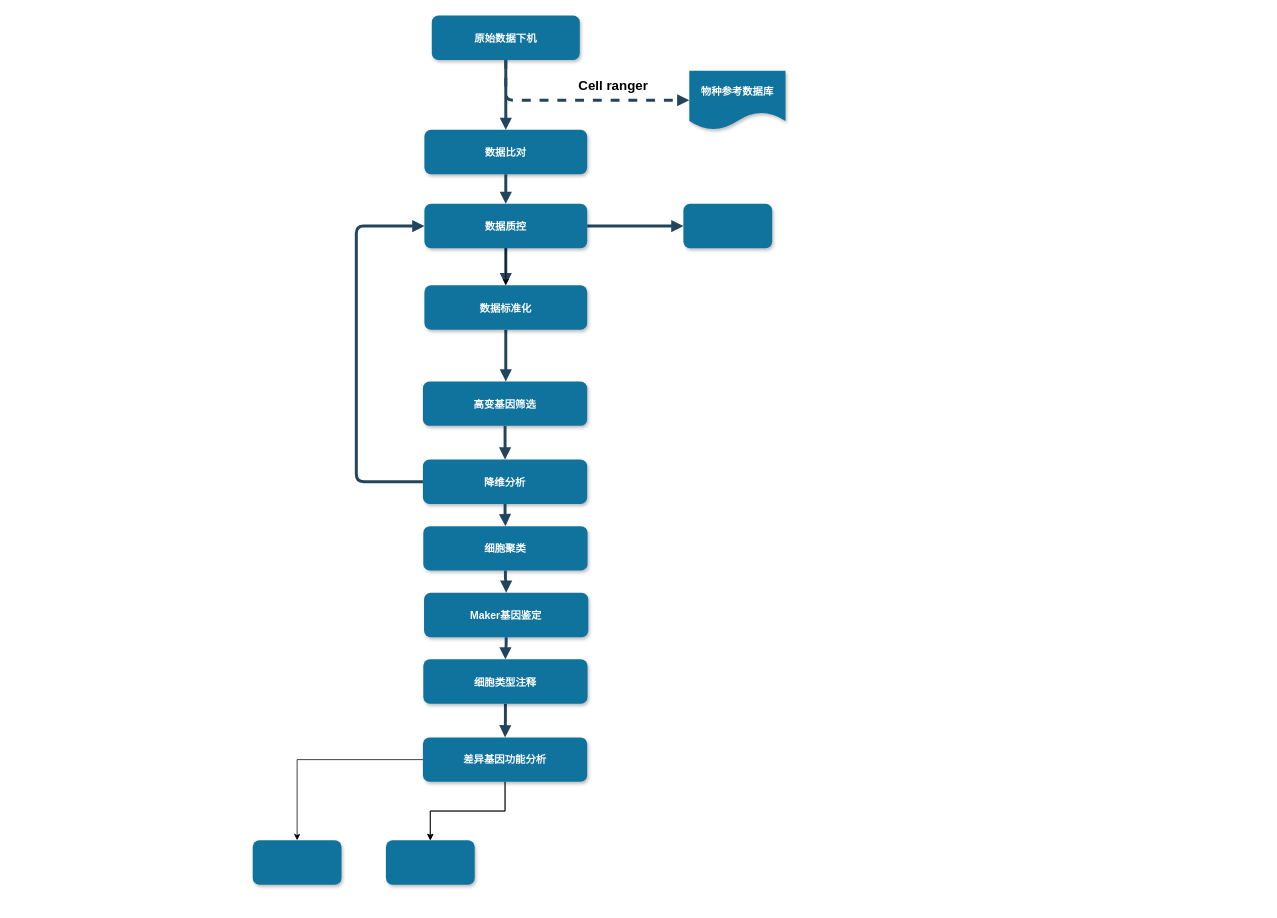
Before: 流程图1.drawio in myshu2017-03-14/test-myshu-2018-1-13, a draw.io diagram. Source tidied: cells renumbered, new cells numbered last; positions are measured from the earlier drawing's top-left corner, leaving out a move shared by most shapes. Both pictures are drawn from the tidied source at 74%, with x=0, y=0 at pixel (252, 16).
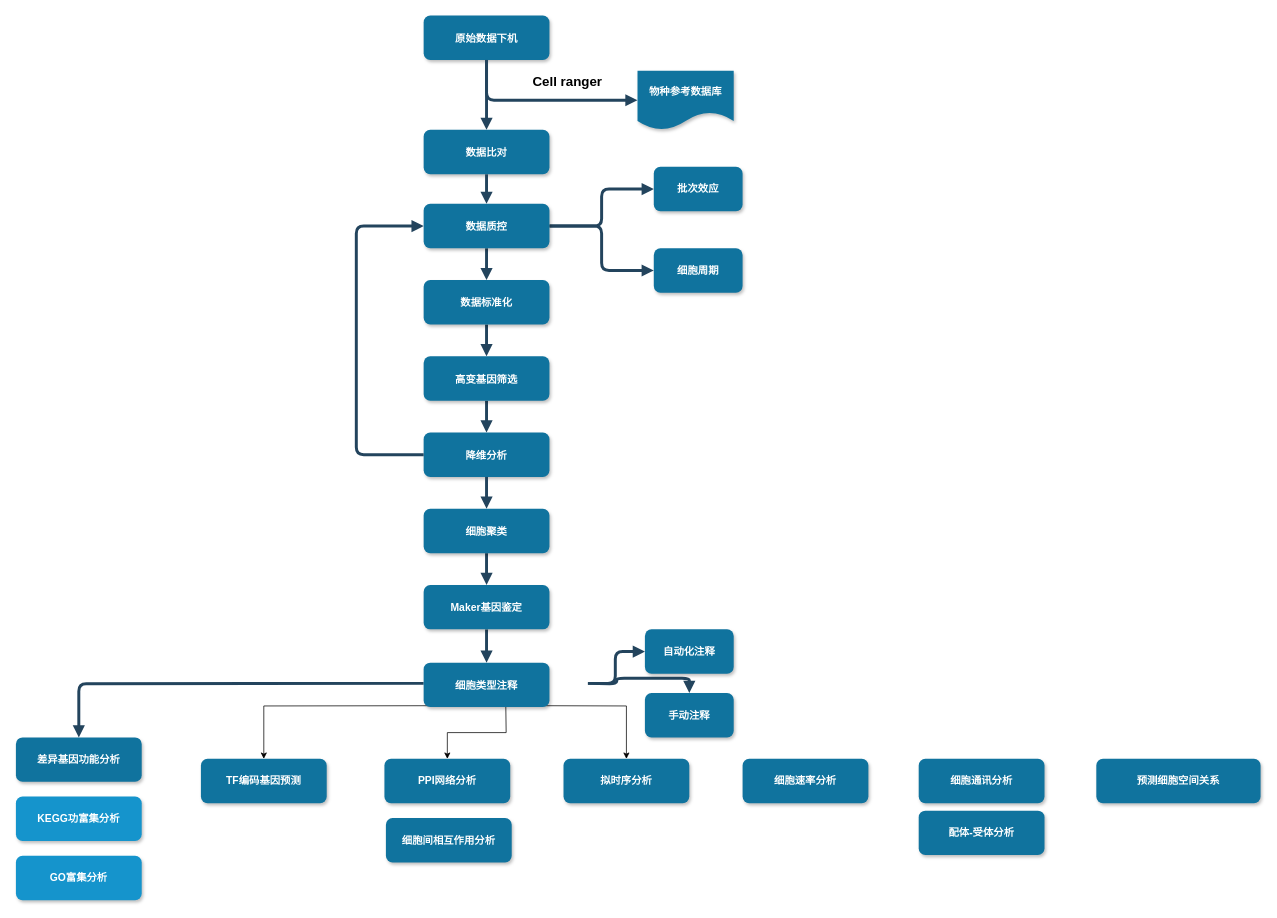
After the change.

Commit message:
更新流程图1.drawio

What changed in the source:
```diff
@@
+    <mxCell id="12" style="edgeStyle=orthogonalEdgeStyle;rounded=1;jettySize=auto;html=1;entryX=0;entryY=0.5;entryDx=0;entryDy=0;fontSize=11;exitX=0.5;exitY=1;exitDx=0;exitDy=0;fontStyle=1;strokeColor=#23445D;strokeWidth=4;endFill=1;endArrow=block;" parent="1" edge="1" source="2" target="19">
+      <mxGeometry relative="1" as="geometry" />
+    </mxCell>
     <mxCell id="2" value="原始数据下机" style="rounded=1;fillColor=#10739E;strokeColor=none;shadow=1;gradientColor=none;fontStyle=1;fontColor=#FFFFFF;fontSize=14;" parent="1" vertex="1">
-      <mxGeometry x="242" y="-0.5" width="200" height="60" as="geometry" />
+      <mxGeometry x="231" y="-0.5" width="170" height="60" as="geometry" />
     </mxCell>
     <mxCell id="3" value="数据比对" style="rounded=1;fillColor=#10739E;strokeColor=none;shadow=1;gradientColor=none;fontStyle=1;fontColor=#FFFFFF;fontSize=14;verticalAlign=middle;" parent="1" vertex="1">
-      <mxGeometry x="232" y="154" width="220" height="60" as="geometry" />
+      <mxGeometry x="231" y="154" width="170" height="60" as="geometry" />
     </mxCell>
-    <mxCell id="4" value="高变基因筛选" style="rounded=1;fillColor=#10739E;strokeColor=none;shadow=1;gradientColor=none;fontStyle=1;fontColor=#FFFFFF;fontSize=14;" parent="1" vertex="1">
-      <mxGeometry x="230" y="494" width="222" height="60" as="geometry" />
-    </mxCell>
     <mxCell id="5" value="降维分析" style="rounded=1;fillColor=#10739E;strokeColor=none;shadow=1;gradientColor=none;fontStyle=1;fontColor=#FFFFFF;fontSize=14;" parent="1" vertex="1">
-      <mxGeometry x="230" y="599.5" width="222" height="60" as="geometry" />
+      <mxGeometry x="231" y="563" width="170" height="60" as="geometry" />
     </mxCell>
-    <mxCell id="6" value="细胞聚类" style="rounded=1;fillColor=#10739E;strokeColor=none;shadow=1;gradientColor=none;fontStyle=1;fontColor=#FFFFFF;fontSize=14;" parent="1" vertex="1">
-      <mxGeometry x="230.5" y="689.5" width="222" height="60" as="geometry" />
-    </mxCell>
-    <mxCell id="7" value="Maker基因鉴定" style="rounded=1;fillColor=#10739E;strokeColor=none;shadow=1;gradientColor=none;fontStyle=1;fontColor=#FFFFFF;fontSize=14;" parent="1" vertex="1">
-      <mxGeometry x="231.5" y="779.5" width="222" height="60" as="geometry" />
-    </mxCell>
-    <mxCell id="8" style="edgeStyle=orthogonalEdgeStyle;rounded=1;jettySize=auto;html=1;fontSize=11;fontColor=#000000;fontStyle=1;strokeColor=#23445D;strokeWidth=4;endFill=1;endArrow=block;" parent="1" edge="1" source="9" target="31">
-      <mxGeometry relative="1" as="geometry" />
+    <mxCell id="8" style="edgeStyle=orthogonalEdgeStyle;rounded=1;jettySize=auto;html=1;fontSize=11;fontColor=#000000;fontStyle=1;strokeColor=#23445D;strokeWidth=4;endFill=1;endArrow=block;entryX=0.5;entryY=0;entryDx=0;entryDy=0;" parent="1" edge="1" target="31">
+      <mxGeometry relative="1" as="geometry">
+        <mxPoint x="231" y="902" as="sourcePoint" />
+      </mxGeometry>
     </mxCell>
-    <mxCell id="9" value="细胞类型注释" style="rounded=1;fillColor=#10739E;strokeColor=none;shadow=1;gradientColor=none;fontStyle=1;fontColor=#FFFFFF;fontSize=14;" parent="1" vertex="1">
-      <mxGeometry x="230.5" y="869.5" width="222" height="60" as="geometry" />
-    </mxCell>
+    <mxCell id="34" style="edgeStyle=orthogonalEdgeStyle;rounded=1;jettySize=auto;html=1;exitX=1;exitY=0.5;exitDx=0;exitDy=0;elbow=vertical;fontStyle=1;strokeColor=#23445D;strokeWidth=4;endFill=1;endArrow=block;" parent="1" edge="1" target="43">
+      <mxGeometry relative="1" as="geometry">
+        <mxPoint x="453" y="902" as="sourcePoint" />
+        <Array as="points">
+          <mxPoint x="490" y="902" />
+          <mxPoint x="490" y="859" />
+        </Array>
+      </mxGeometry>
+    </mxCell>
+    <mxCell id="35" style="edgeStyle=orthogonalEdgeStyle;rounded=1;jettySize=auto;html=1;fontStyle=1;strokeColor=#23445D;strokeWidth=4;endFill=1;endArrow=block;" parent="1" edge="1" target="44">
+      <mxGeometry relative="1" as="geometry">
+        <mxPoint x="453" y="902" as="sourcePoint" />
+      </mxGeometry>
+    </mxCell>
+    <mxCell id="36" style="edgeStyle=orthogonalEdgeStyle;rounded=0;jettySize=auto;html=1;" parent="1" edge="1" target="45">
+      <mxGeometry relative="1" as="geometry">
+        <mxPoint x="342" y="932" as="sourcePoint" />
+      </mxGeometry>
+    </mxCell>
-    <mxCell id="10" style="edgeStyle=elbowEdgeStyle;elbow=vertical;strokeWidth=4;endArrow=block;endFill=1;fontStyle=1;strokeColor=#23445D;" parent="1" edge="1" source="2" target="3">
+    <mxCell id="10" style="elbow=vertical;strokeWidth=4;endArrow=block;endFill=1;fontStyle=1;strokeColor=#23445D;" parent="1" edge="1" source="2" target="3">
       <mxGeometry x="22" y="165.5" as="geometry" />
     </mxCell>
     <mxCell id="11" style="edgeStyle=elbowEdgeStyle;elbow=vertical;strokeWidth=4;endArrow=block;endFill=1;fontStyle=1;strokeColor=#23445D;entryX=0.5;entryY=0;entryDx=0;entryDy=0;exitX=0.5;exitY=1;exitDx=0;exitDy=0;" parent="1" edge="1" source="25" target="22">
-      <mxGeometry x="22" y="165.5" as="geometry">
-        <Array as="points">
-          <mxPoint x="337" y="289" />
-        </Array>
-      </mxGeometry>
+      <mxGeometry x="22" y="165.5" as="geometry" />
     </mxCell>
-    <mxCell id="12" style="edgeStyle=elbowEdgeStyle;elbow=vertical;strokeWidth=4;endArrow=block;endFill=1;fontStyle=1;dashed=1;strokeColor=#23445D;entryX=0;entryY=0.5;entryDx=0;entryDy=0;" parent="1" edge="1" source="2" target="19">
-      <mxGeometry x="22" y="165.5" as="geometry">
-        <Array as="points">
-          <mxPoint x="450" y="114" />
-        </Array>
-      </mxGeometry>
-    </mxCell>
@@
-    <mxCell id="14" style="edgeStyle=elbowEdgeStyle;elbow=vertical;strokeWidth=4;endArrow=block;endFill=1;fontStyle=1;strokeColor=#23445D;" parent="1" edge="1" source="4" target="5">
+    <mxCell id="14" style="elbow=vertical;strokeWidth=4;endArrow=block;endFill=1;fontStyle=1;strokeColor=#23445D;exitX=0.5;exitY=1;exitDx=0;exitDy=0;entryX=0.5;entryY=0;entryDx=0;entryDy=0;" parent="1" edge="1" source="4" target="5">
       <mxGeometry x="57" y="265.5" as="geometry" />
     </mxCell>
-    <mxCell id="15" style="edgeStyle=elbowEdgeStyle;elbow=vertical;strokeWidth=4;endArrow=block;endFill=1;fontStyle=1;strokeColor=#23445D;" parent="1" edge="1" source="5" target="6">
+    <mxCell id="15" style="elbow=vertical;strokeWidth=4;endArrow=block;endFill=1;fontStyle=1;strokeColor=#23445D;entryX=0.5;entryY=0;entryDx=0;entryDy=0;exitX=0.5;exitY=1;exitDx=0;exitDy=0;" parent="1" edge="1" source="5" target="6">
       <mxGeometry x="-88" y="275.5" as="geometry" />
     </mxCell>
-    <mxCell id="16" style="edgeStyle=elbowEdgeStyle;elbow=vertical;strokeWidth=4;endArrow=block;endFill=1;fontStyle=1;strokeColor=#23445D;" parent="1" edge="1" source="6" target="7">
+    <mxCell id="16" style="elbow=vertical;strokeWidth=4;endArrow=block;endFill=1;fontStyle=1;strokeColor=#23445D;exitX=0.5;exitY=1;exitDx=0;exitDy=0;entryX=0.5;entryY=0;entryDx=0;entryDy=0;" parent="1" edge="1" source="6" target="7">
       <mxGeometry x="-88" y="285.5" as="geometry" />
     </mxCell>
-    <mxCell id="17" style="edgeStyle=elbowEdgeStyle;elbow=vertical;strokeWidth=4;endArrow=block;endFill=1;fontStyle=1;strokeColor=#23445D;" parent="1" edge="1" source="7" target="9">
+    <mxCell id="17" style="elbow=vertical;strokeWidth=4;endArrow=block;endFill=1;fontStyle=1;strokeColor=#23445D;exitX=0.5;exitY=1;exitDx=0;exitDy=0;entryX=0.5;entryY=0;entryDx=0;entryDy=0;" parent="1" edge="1" source="7" target="9">
       <mxGeometry x="-88" y="295.5" as="geometry" />
     </mxCell>
-    <mxCell id="18" style="edgeStyle=elbowEdgeStyle;elbow=vertical;strokeWidth=4;endArrow=block;endFill=1;fontStyle=1;strokeColor=#23445D;exitX=0.5;exitY=1;exitDx=0;exitDy=0;" parent="1" edge="1" source="22" target="4">
-      <mxGeometry x="7" y="265.5" as="geometry">
-        <Array as="points">
-          <mxPoint x="355" y="540" />
-          <mxPoint x="497" y="449.5" />
-        </Array>
-      </mxGeometry>
+    <mxCell id="18" style="elbow=vertical;strokeWidth=4;endArrow=block;endFill=1;fontStyle=1;strokeColor=#23445D;entryX=0.5;entryY=0;entryDx=0;entryDy=0;exitX=0.5;exitY=1;exitDx=0;exitDy=0;" parent="1" edge="1" source="22" target="4">
+      <mxGeometry x="7" y="265.5" as="geometry" />
     </mxCell>
     <mxCell id="19" value="物种参考数据库" style="shape=document;boundedLbl=1;fillColor=#10739E;fontSize=14;fontColor=#FFFFFF;shadow=1;sketch=0;strokeColor=none;fontStyle=1;" parent="1" vertex="1">
-      <mxGeometry x="590" y="74" width="130" height="80" as="geometry" />
+      <mxGeometry x="520" y="74" width="130" height="80" as="geometry" />
     </mxCell>
@@
     <mxCell id="21" value="&lt;b style=&quot;font-size: 18px&quot;&gt;&lt;font color=&quot;#000000&quot; style=&quot;font-size: 18px&quot;&gt;Cell ranger&lt;/font&gt;&lt;/b&gt;" style="text;html=1;align=center;verticalAlign=middle;fillColor=none;strokeColor=none;rounded=0;shadow=1;sketch=0;fontSize=18;fontColor=#FFFFFF;" parent="1" vertex="1">
-      <mxGeometry x="432" y="79" width="110" height="30" as="geometry" />
+      <mxGeometry x="370" y="74" width="110" height="30" as="geometry" />
     </mxCell>
-    <mxCell id="22" value="数据标准化" style="rounded=1;fillColor=#10739E;strokeColor=none;shadow=1;gradientColor=none;fontStyle=1;fontColor=#FFFFFF;fontSize=14;verticalAlign=middle;" parent="1" vertex="1">
-      <mxGeometry x="232" y="364" width="220" height="60" as="geometry" />
-    </mxCell>
-    <mxCell id="23" style="edgeStyle=orthogonalEdgeStyle;rounded=0;jettySize=auto;html=1;fontSize=18;fontColor=#FFFFFF;" parent="1" edge="1" source="25" target="22">
-      <mxGeometry relative="1" as="geometry" />
-    </mxCell>
@@
+    <mxCell id="37" style="edgeStyle=orthogonalEdgeStyle;rounded=1;jettySize=auto;html=1;fontStyle=1;strokeColor=#23445D;strokeWidth=4;endFill=1;endArrow=block;" parent="1" edge="1" source="25" target="42">
+      <mxGeometry relative="1" as="geometry" />
+    </mxCell>
     <mxCell id="25" value="数据质控" style="rounded=1;fillColor=#10739E;strokeColor=none;shadow=1;gradientColor=none;fontStyle=1;fontColor=#FFFFFF;fontSize=14;verticalAlign=middle;" parent="1" vertex="1">
-      <mxGeometry x="232" y="254" width="220" height="60" as="geometry" />
+      <mxGeometry x="231" y="254" width="170" height="60" as="geometry" />
     </mxCell>
@@
-    <mxCell id="27" style="shape=process;whiteSpace=wrap;html=1;backgroundOutline=1;rounded=1;shadow=1;fontSize=14;fontColor=#FFFFFF;fontStyle=1;strokeColor=none;fillColor=#10739E;" parent="1" vertex="1">
-      <mxGeometry x="582" y="254" width="120" height="60" as="geometry" />
+    <mxCell id="27" value="批次效应" style="shape=process;whiteSpace=wrap;html=1;backgroundOutline=1;rounded=1;shadow=1;fontSize=14;fontColor=#FFFFFF;fontStyle=1;strokeColor=none;fillColor=#10739E;" parent="1" vertex="1">
+      <mxGeometry x="542" y="204" width="120" height="60" as="geometry" />
     </mxCell>
-    <mxCell id="28" style="edgeStyle=orthogonalEdgeStyle;rounded=0;jettySize=auto;html=1;fontSize=18;fontColor=#FFFFFF;" parent="1" edge="1" source="31" target="32">
-      <mxGeometry relative="1" as="geometry" />
-    </mxCell>
-    <mxCell id="29" style="edgeStyle=orthogonalEdgeStyle;rounded=0;jettySize=auto;html=1;fontSize=18;fontColor=#FFFFFF;" parent="1" edge="1" source="31" target="33">
-      <mxGeometry relative="1" as="geometry" />
-    </mxCell>
-    <mxCell id="30" style="edgeStyle=orthogonalEdgeStyle;rounded=0;jettySize=auto;html=1;fontSize=18;fontColor=#FFFFFF;" parent="1" edge="1" source="31" target="33">
-      <mxGeometry relative="1" as="geometry" />
-    </mxCell>
+    <mxCell id="38" style="edgeStyle=orthogonalEdgeStyle;rounded=0;jettySize=auto;html=1;exitX=0.5;exitY=1;exitDx=0;exitDy=0;" parent="1" edge="1" target="40">
+      <mxGeometry relative="1" as="geometry">
+        <mxPoint x="342" y="932" as="sourcePoint" />
+      </mxGeometry>
+    </mxCell>
+    <mxCell id="39" style="edgeStyle=orthogonalEdgeStyle;rounded=0;jettySize=auto;html=1;exitX=0.5;exitY=1;exitDx=0;exitDy=0;" parent="1" edge="1" target="41">
+      <mxGeometry relative="1" as="geometry">
+        <mxPoint x="342" y="932" as="sourcePoint" />
+      </mxGeometry>
+    </mxCell>
     <mxCell id="31" value="差异基因功能分析" style="shape=process;whiteSpace=wrap;html=1;backgroundOutline=1;rounded=1;shadow=1;fontSize=14;fontColor=#FFFFFF;fontStyle=1;strokeColor=none;fillColor=#10739E;" parent="1" vertex="1">
-      <mxGeometry x="230" y="975" width="222" height="60" as="geometry" />
+      <mxGeometry x="-320" y="975" width="170" height="60" as="geometry" />
     </mxCell>
-    <mxCell id="32" style="shape=process;whiteSpace=wrap;html=1;backgroundOutline=1;rounded=1;shadow=1;fontSize=14;fontColor=#FFFFFF;fontStyle=1;strokeColor=none;fillColor=#10739E;" parent="1" vertex="1">
-      <mxGeometry y="1114" width="120" height="60" as="geometry" />
+    <mxCell id="32" value="GO富集分析" style="shape=process;whiteSpace=wrap;html=1;backgroundOutline=1;rounded=1;shadow=1;fontSize=14;fontColor=#FFFFFF;fontStyle=1;strokeColor=none;direction=west;fillColor=#1594CC;" parent="1" vertex="1">
+      <mxGeometry x="-320" y="1135" width="170" height="60" as="geometry" />
     </mxCell>
-    <mxCell id="33" style="shape=process;whiteSpace=wrap;html=1;backgroundOutline=1;rounded=1;shadow=1;fontSize=14;fontColor=#FFFFFF;fontStyle=1;strokeColor=none;fillColor=#10739E;" parent="1" vertex="1">
-      <mxGeometry x="180" y="1114" width="120" height="60" as="geometry" />
+    <mxCell id="33" value="KEGG功富集分析" style="shape=process;html=1;backgroundOutline=1;rounded=1;shadow=1;fontSize=14;fontColor=#FFFFFF;fontStyle=1;strokeColor=none;direction=west;labelPosition=center;verticalLabelPosition=middle;align=center;verticalAlign=middle;flipH=0;whiteSpace=wrap;horizontal=1;flipV=0;fillColor=#1594CC;" parent="1" vertex="1">
+      <mxGeometry x="-320" y="1055" width="170" height="60" as="geometry" />
     </mxCell>
+    <mxCell id="40" value="TF编码基因预测" style="shape=process;whiteSpace=wrap;html=1;backgroundOutline=1;rounded=1;shadow=1;fontSize=14;fontColor=#FFFFFF;fontStyle=1;strokeColor=none;fillColor=#10739E;" parent="1" vertex="1">
+      <mxGeometry x="-70" y="1004" width="170" height="60" as="geometry" />
+    </mxCell>
+    <mxCell id="41" value="PPI网络分析" style="shape=process;whiteSpace=wrap;html=1;backgroundOutline=1;rounded=1;shadow=1;fontSize=14;fontColor=#FFFFFF;fontStyle=1;strokeColor=none;fillColor=#10739E;" parent="1" vertex="1">
+      <mxGeometry x="178" y="1004" width="170" height="60" as="geometry" />
+    </mxCell>
+    <mxCell id="42" value="细胞周期" style="shape=process;whiteSpace=wrap;html=1;backgroundOutline=1;rounded=1;shadow=1;fontSize=14;fontColor=#FFFFFF;fontStyle=1;strokeColor=none;fillColor=#10739E;" parent="1" vertex="1">
+      <mxGeometry x="542" y="314" width="120" height="60" as="geometry" />
+    </mxCell>
+    <mxCell id="43" value="自动化注释" style="shape=process;whiteSpace=wrap;html=1;backgroundOutline=1;rounded=1;shadow=1;fontSize=14;fontColor=#FFFFFF;fontStyle=1;strokeColor=none;fillColor=#10739E;" parent="1" vertex="1">
+      <mxGeometry x="530" y="829" width="120" height="60" as="geometry" />
+    </mxCell>
+    <mxCell id="44" value="手动注释" style="shape=process;whiteSpace=wrap;html=1;backgroundOutline=1;rounded=1;shadow=1;fontSize=14;fontColor=#FFFFFF;fontStyle=1;strokeColor=none;fillColor=#10739E;" parent="1" vertex="1">
+      <mxGeometry x="530" y="915" width="120" height="60" as="geometry" />
+    </mxCell>
+    <mxCell id="45" value="拟时序分析" style="shape=process;whiteSpace=wrap;html=1;backgroundOutline=1;rounded=1;shadow=1;fontSize=14;fontColor=#FFFFFF;fontStyle=1;strokeColor=none;fillColor=#10739E;" parent="1" vertex="1">
+      <mxGeometry x="420" y="1004" width="170" height="60" as="geometry" />
+    </mxCell>
+    <mxCell id="46" value="细胞速率分析" style="shape=process;whiteSpace=wrap;html=1;backgroundOutline=1;rounded=1;shadow=1;fontSize=14;fontColor=#FFFFFF;fontStyle=1;strokeColor=none;fillColor=#10739E;" parent="1" vertex="1">
+      <mxGeometry x="662" y="1004" width="170" height="60" as="geometry" />
+    </mxCell>
+    <mxCell id="47" value="细胞通讯分析" style="shape=process;whiteSpace=wrap;html=1;backgroundOutline=1;rounded=1;shadow=1;fontSize=14;fontColor=#FFFFFF;fontStyle=1;strokeColor=none;fillColor=#10739E;" parent="1" vertex="1">
+      <mxGeometry x="900" y="1004" width="170" height="60" as="geometry" />
+    </mxCell>
+    <mxCell id="48" value="细胞间相互作用分析" style="shape=process;whiteSpace=wrap;html=1;backgroundOutline=1;rounded=1;shadow=1;fontSize=14;fontColor=#FFFFFF;fontStyle=1;strokeColor=none;fillColor=#10739E;" parent="1" vertex="1">
+      <mxGeometry x="180" y="1084" width="170" height="60" as="geometry" />
+    </mxCell>
+    <mxCell id="49" value="配体-受体分析" style="shape=process;whiteSpace=wrap;html=1;backgroundOutline=1;rounded=1;shadow=1;fontSize=14;fontColor=#FFFFFF;fontStyle=1;strokeColor=none;fillColor=#10739E;" parent="1" vertex="1">
+      <mxGeometry x="900" y="1074" width="170" height="60" as="geometry" />
+    </mxCell>
+    <mxCell id="50" value="预测细胞空间关系" style="shape=process;whiteSpace=wrap;html=1;backgroundOutline=1;rounded=1;shadow=1;fontSize=14;fontColor=#FFFFFF;fontStyle=1;strokeColor=none;fillColor=#10739E;" parent="1" vertex="1">
+      <mxGeometry x="1140" y="1004" width="222" height="60" as="geometry" />
+    </mxCell>
+    <mxCell id="9" value="细胞类型注释" style="rounded=1;fillColor=#10739E;strokeColor=none;shadow=1;gradientColor=none;fontStyle=1;fontColor=#FFFFFF;fontSize=14;" parent="1" vertex="1">
+      <mxGeometry x="231" y="874" width="170" height="60" as="geometry" />
+    </mxCell>
+    <mxCell id="7" value="Maker基因鉴定" style="rounded=1;fillColor=#10739E;strokeColor=none;shadow=1;gradientColor=none;fontStyle=1;fontColor=#FFFFFF;fontSize=14;" parent="1" vertex="1">
+      <mxGeometry x="231" y="769" width="170" height="60" as="geometry" />
+    </mxCell>
+    <mxCell id="6" value="细胞聚类" style="rounded=1;fillColor=#10739E;strokeColor=none;shadow=1;gradientColor=none;fontStyle=1;fontColor=#FFFFFF;fontSize=14;" parent="1" vertex="1">
+      <mxGeometry x="231" y="666" width="170" height="60" as="geometry" />
+    </mxCell>
+    <mxCell id="4" value="高变基因筛选" style="rounded=1;fillColor=#10739E;strokeColor=none;shadow=1;gradientColor=none;fontStyle=1;fontColor=#FFFFFF;fontSize=14;" parent="1" vertex="1">
+      <mxGeometry x="231" y="460" width="170" height="60" as="geometry" />
+    </mxCell>
+    <mxCell id="22" value="数据标准化" style="rounded=1;fillColor=#10739E;strokeColor=none;shadow=1;gradientColor=none;fontStyle=1;fontColor=#FFFFFF;fontSize=14;verticalAlign=middle;" parent="1" vertex="1">
+      <mxGeometry x="231" y="357" width="170" height="60" as="geometry" />
+    </mxCell>
```
